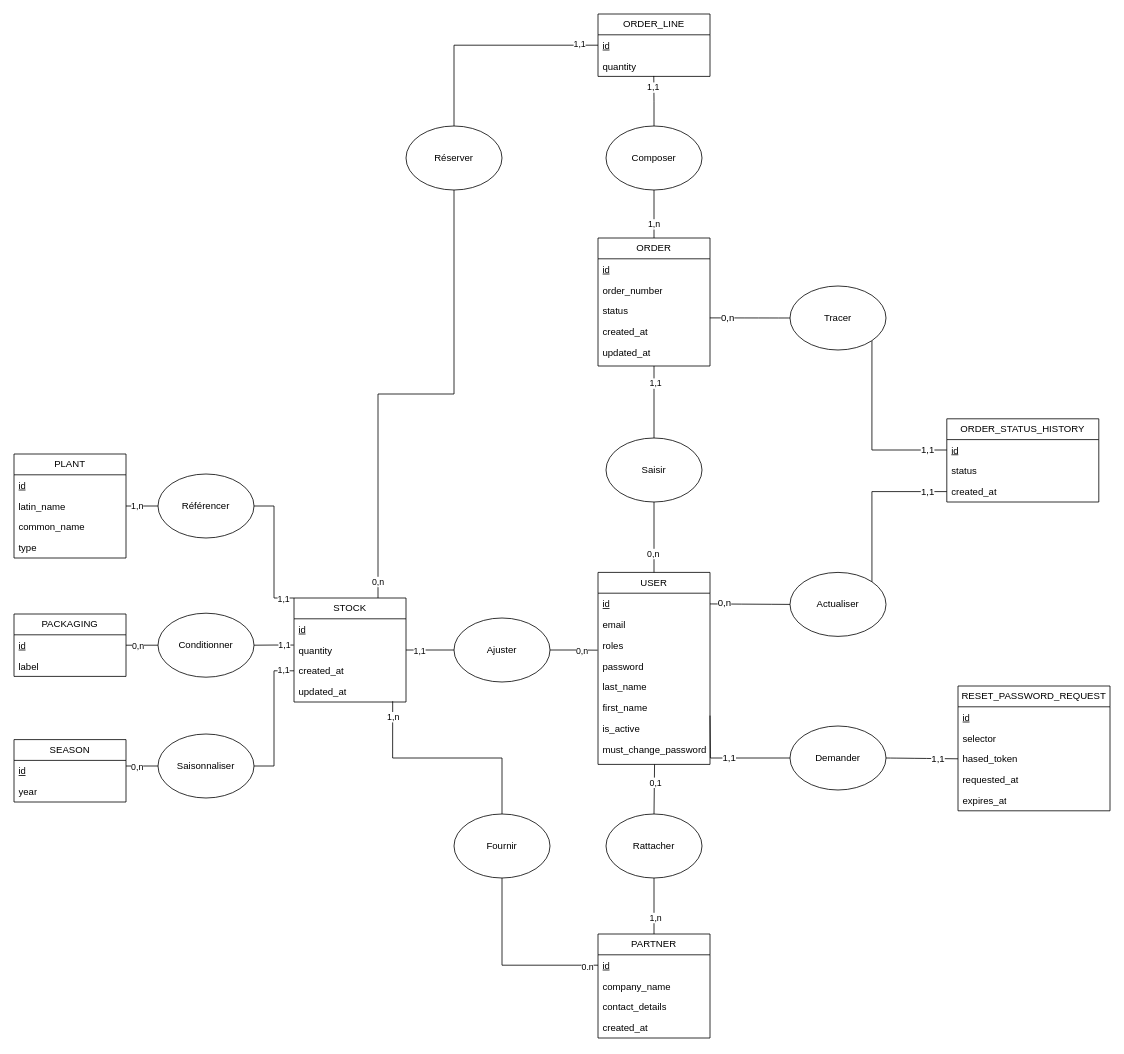
Before: assets/schema/MCD.drawio in CASTELLS-Cyprien/PEPI-PLUS, a draw.io diagram. Source tidied: cells renumbered, new cells numbered last; positions are measured from the earlier drawing's top-left corner, leaving out a move shared by most shapes. Both pictures are drawn from the tidied source at 80%, with x=0, y=0 at pixel (14, 14).
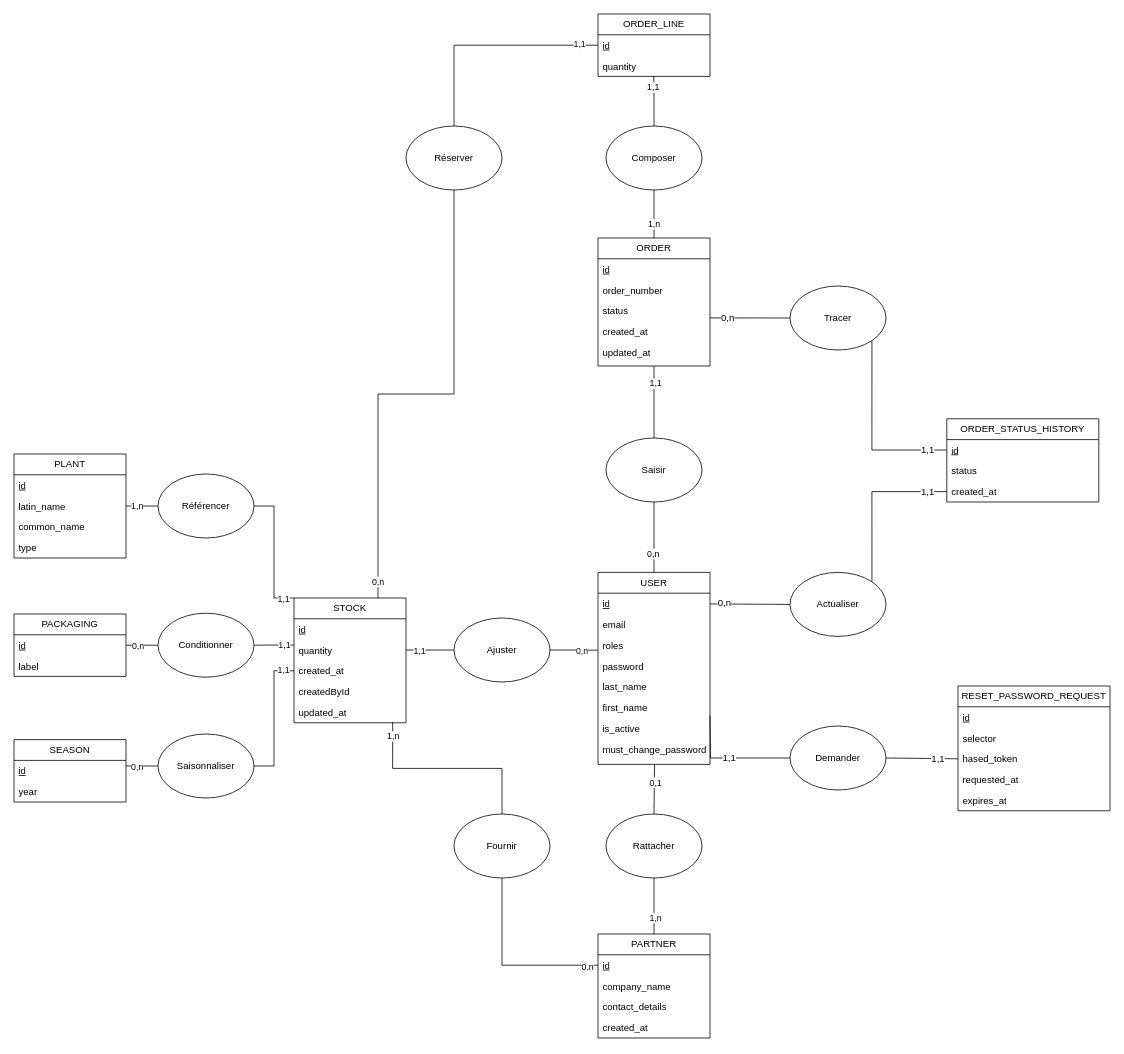
After the change.

The edit, as a diff of the source:
```diff
@@
     <mxCell id="6" value="STOCK" style="swimlane;fontStyle=0;horizontal=1;startSize=26;fillColor=none;whiteSpace=wrap;html=1;" parent="1" vertex="1">
-      <mxGeometry x="350" y="730" width="140" height="130" as="geometry" />
+      <mxGeometry x="350" y="730" width="140" height="156" as="geometry" />
     </mxCell>
@@
+    <mxCell id="110" value="createdById" style="text;strokeColor=none;fillColor=none;align=left;verticalAlign=top;spacingLeft=4;spacingRight=4;overflow=hidden;whiteSpace=wrap;html=1;" parent="6" vertex="1">
+      <mxGeometry y="104" width="140" height="26" as="geometry" />
+    </mxCell>
     <mxCell id="10" value="updated_at" style="text;strokeColor=none;fillColor=none;align=left;verticalAlign=top;spacingLeft=4;spacingRight=4;overflow=hidden;points=[[0,0.5],[1,0.5]];portConstraint=eastwest;whiteSpace=wrap;html=1;" parent="6" vertex="1">
-      <mxGeometry y="104" width="140" height="26" as="geometry" />
+      <mxGeometry y="130" width="140" height="26" as="geometry" />
     </mxCell>
```
